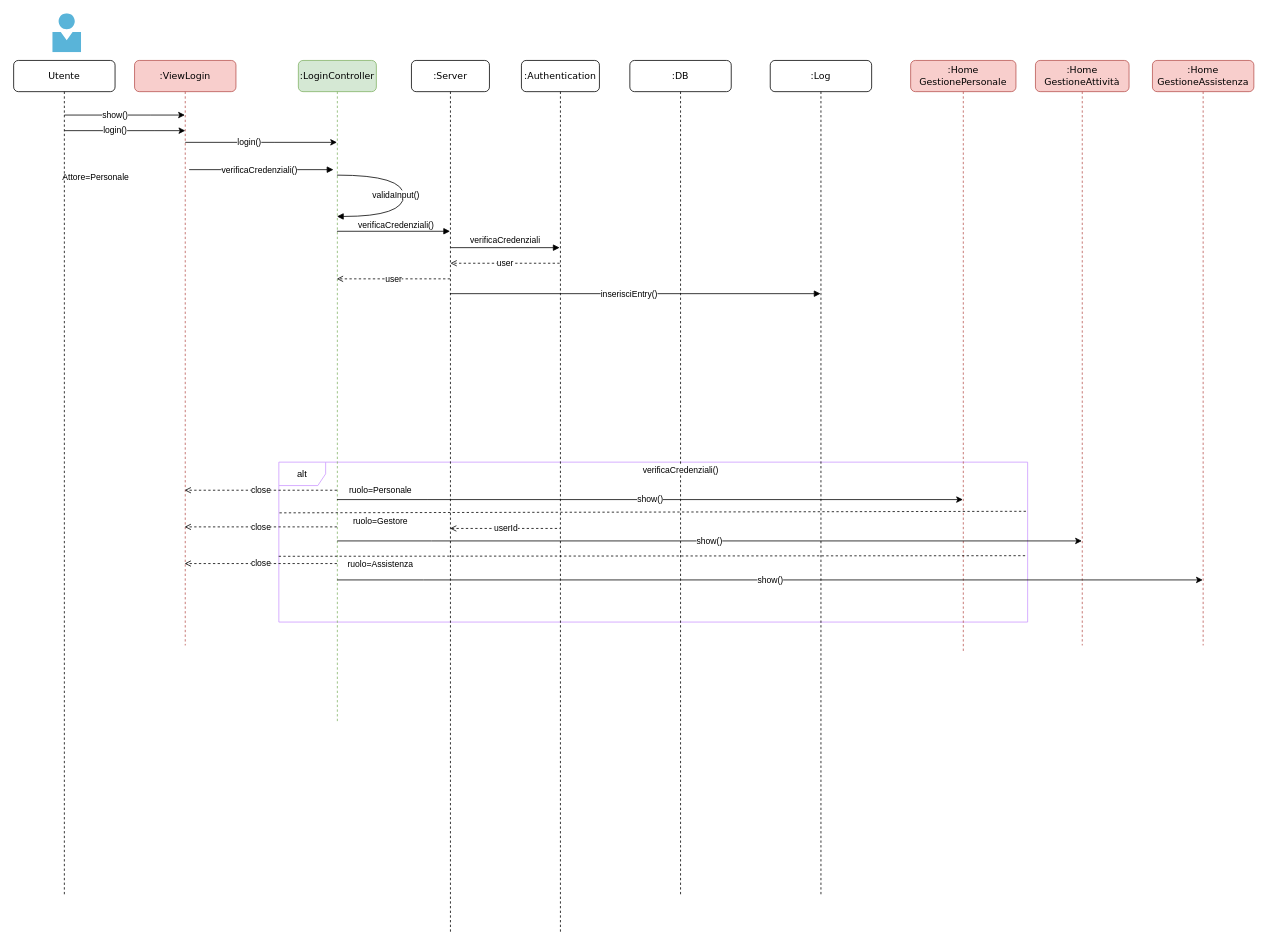
Marco-Burattoni/Progetto-ids keeps this draw.io diagram as page "Login" (2 of 6) of progettazione/dettaglio/dettaglioSequenza.drawio. Above is the earlier version. Source tidied: cells renumbered, new cells numbered last; positions are measured from the earlier drawing's top-left corner, leaving out a move shared by most shapes. Both pictures are drawn from the tidied source at 78%, with x=0, y=0 at pixel (13, 13).
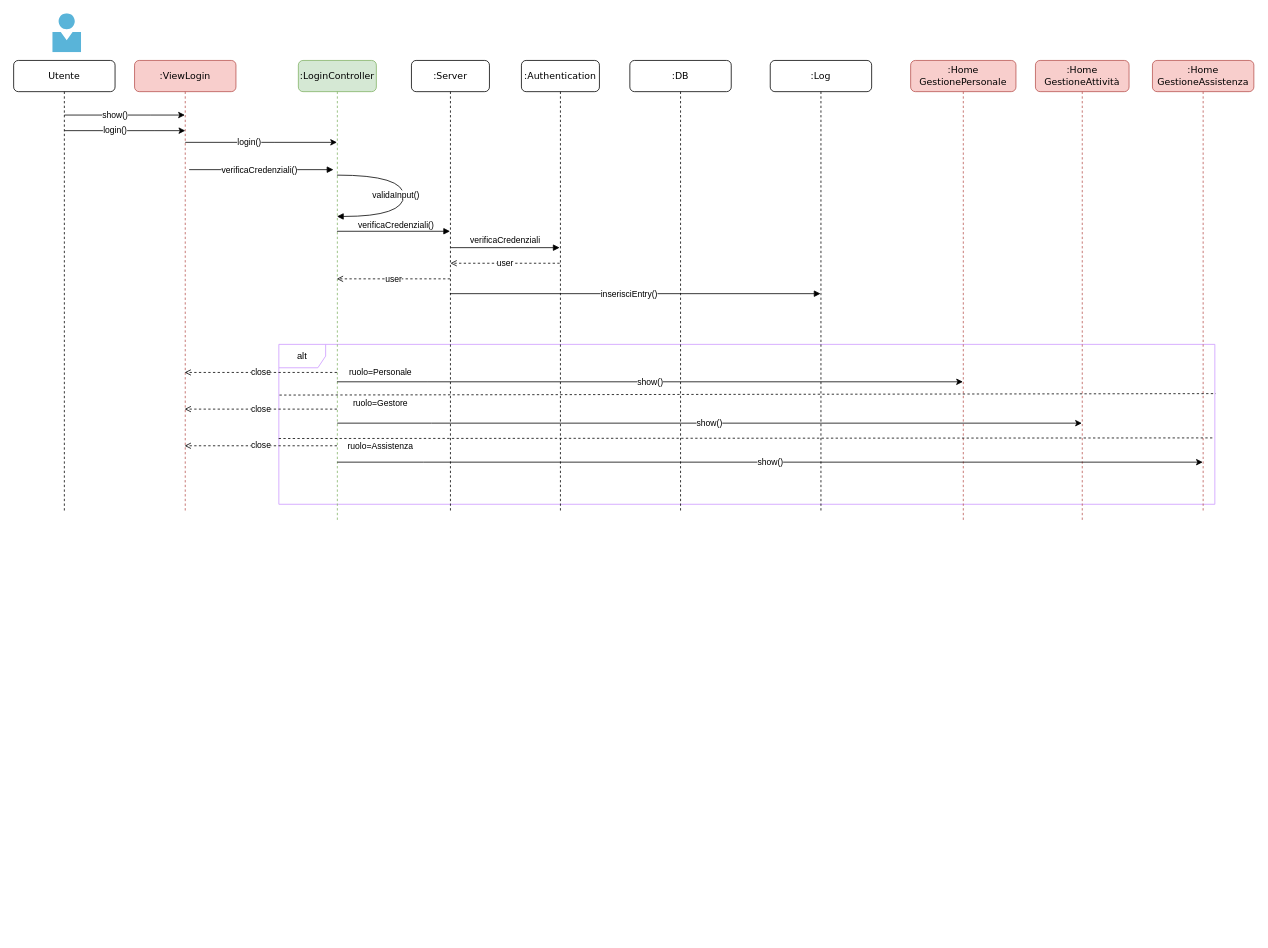
The same page after the edit.

What changed in the source:
```diff
@@
     <mxCell id="2" value="alt" style="shape=umlFrame;whiteSpace=wrap;html=1;strokeColor=#CC99FF;" parent="1" vertex="1">
-      <mxGeometry x="340" y="575" width="960" height="205" as="geometry" />
+      <mxGeometry x="340" y="424" width="1200" height="205" as="geometry" />
     </mxCell>
     <mxCell id="3" value=":LoginController" style="shape=umlLifeline;perimeter=lifelinePerimeter;whiteSpace=wrap;html=1;outlineConnect=0;rounded=1;shadow=0;comic=0;labelBackgroundColor=none;strokeWidth=1;fontFamily=Verdana;fontSize=12;align=center;fillColor=#d5e8d4;strokeColor=#82b366;" parent="1" vertex="1">
-      <mxGeometry x="365" y="60" width="100" height="850" as="geometry" />
+      <mxGeometry x="365" y="60" width="100" height="590" as="geometry" />
     </mxCell>
     <mxCell id="4" value=":Home&lt;br&gt;GestionePersonale" style="shape=umlLifeline;perimeter=lifelinePerimeter;whiteSpace=wrap;html=1;outlineConnect=0;rounded=1;shadow=0;comic=0;labelBackgroundColor=none;strokeWidth=1;fontFamily=Verdana;fontSize=12;align=center;fillColor=#f8cecc;strokeColor=#b85450;" parent="1" vertex="1">
-      <mxGeometry x="1150" y="60" width="135" height="760" as="geometry" />
+      <mxGeometry x="1150" y="60" width="135" height="590" as="geometry" />
     </mxCell>
     <mxCell id="5" value=":Home&lt;br&gt;GestioneAttività" style="shape=umlLifeline;perimeter=lifelinePerimeter;whiteSpace=wrap;html=1;outlineConnect=0;rounded=1;shadow=0;comic=0;labelBackgroundColor=none;strokeWidth=1;fontFamily=Verdana;fontSize=12;align=center;fillColor=#f8cecc;strokeColor=#b85450;" parent="1" vertex="1">
-      <mxGeometry x="1310" y="60" width="120" height="750" as="geometry" />
+      <mxGeometry x="1310" y="60" width="120" height="590" as="geometry" />
     </mxCell>
     <mxCell id="6" value=":Home&lt;br&gt;GestioneAssistenza" style="shape=umlLifeline;perimeter=lifelinePerimeter;whiteSpace=wrap;html=1;outlineConnect=0;rounded=1;shadow=0;comic=0;labelBackgroundColor=none;strokeWidth=1;fontFamily=Verdana;fontSize=12;align=center;fillColor=#f8cecc;strokeColor=#b85450;" parent="1" vertex="1">
-      <mxGeometry x="1460" y="60" width="130" height="750" as="geometry" />
+      <mxGeometry x="1460" y="60" width="130" height="580" as="geometry" />
     </mxCell>
     <mxCell id="7" value=":ViewLogin" style="shape=umlLifeline;perimeter=lifelinePerimeter;whiteSpace=wrap;html=1;outlineConnect=0;rounded=1;shadow=0;comic=0;labelBackgroundColor=none;strokeWidth=1;fontFamily=Verdana;fontSize=12;align=center;fillColor=#f8cecc;strokeColor=#b85450;size=40;" parent="1" vertex="1">
-      <mxGeometry x="155" y="60" width="130" height="750" as="geometry" />
+      <mxGeometry x="155" y="60" width="130" height="580" as="geometry" />
     </mxCell>
@@
-    <mxCell id="9" value="Attore=Personale" style="text;html=1;align=center;verticalAlign=middle;strokeColor=none;fillColor=none;fontSize=11;fontFamily=Helvetica;" parent="1" vertex="1">
-      <mxGeometry x="50" y="195" width="110" height="30" as="geometry" />
-    </mxCell>
@@
-    <mxCell id="11" value="show()" style="endArrow=classic;html=1;rounded=0;labelBackgroundColor=#FFFFFF;fontFamily=Helvetica;fontSize=11;" parent="1" edge="1" target="4">
+    <mxCell id="11" value="show()" style="endArrow=classic;html=1;rounded=0;labelBackgroundColor=#FFFFFF;fontFamily=Helvetica;fontSize=11;" parent="1" edge="1">
       <mxGeometry relative="1" as="geometry">
-        <mxPoint x="414.5" y="623" as="sourcePoint" />
+        <mxPoint x="414.5" y="472" as="sourcePoint" />
+        <mxPoint x="1217" y="472" as="targetPoint" />
         <Array as="points">
-          <mxPoint x="530" y="623" />
+          <mxPoint x="530" y="472" />
         </Array>
       </mxGeometry>
     </mxCell>
-    <mxCell id="12" value="show()" style="endArrow=classic;html=1;rounded=0;labelBackgroundColor=#FFFFFF;fontFamily=Helvetica;fontSize=11;" parent="1" edge="1" target="5">
+    <mxCell id="12" value="show()" style="endArrow=classic;html=1;rounded=0;labelBackgroundColor=#FFFFFF;fontFamily=Helvetica;fontSize=11;" parent="1" edge="1">
       <mxGeometry relative="1" as="geometry">
-        <mxPoint x="414.8" y="676" as="sourcePoint" />
+        <mxPoint x="414.8" y="525" as="sourcePoint" />
+        <mxPoint x="1369.5" y="525" as="targetPoint" />
         <Array as="points">
-          <mxPoint x="535.7" y="676" />
+          <mxPoint x="535.7" y="525" />
         </Array>
       </mxGeometry>
     </mxCell>
-    <mxCell id="13" value="show()" style="endArrow=classic;html=1;rounded=0;labelBackgroundColor=#FFFFFF;fontFamily=Helvetica;fontSize=11;" parent="1" edge="1" target="6">
+    <mxCell id="13" value="show()" style="endArrow=classic;html=1;rounded=0;labelBackgroundColor=#FFFFFF;fontFamily=Helvetica;fontSize=11;" parent="1" edge="1">
       <mxGeometry relative="1" as="geometry">
-        <mxPoint x="414.8" y="726" as="sourcePoint" />
+        <mxPoint x="414.8" y="575" as="sourcePoint" />
+        <mxPoint x="1524.5" y="575" as="targetPoint" />
         <Array as="points">
-          <mxPoint x="525.7" y="726" />
+          <mxPoint x="525.7" y="575" />
         </Array>
       </mxGeometry>
     </mxCell>
     <mxCell id="14" value="ruolo=Personale" style="text;html=1;align=center;verticalAlign=middle;strokeColor=none;fillColor=none;fontSize=11;fontFamily=Helvetica;" parent="1" vertex="1">
-      <mxGeometry x="420" y="596" width="100" height="30" as="geometry" />
+      <mxGeometry x="420" y="445" width="100" height="30" as="geometry" />
     </mxCell>
     <mxCell id="15" value="ruolo=Gestore" style="text;html=1;align=center;verticalAlign=middle;strokeColor=none;fillColor=none;fontSize=11;fontFamily=Helvetica;" parent="1" vertex="1">
-      <mxGeometry x="425" y="636" width="90" height="30" as="geometry" />
+      <mxGeometry x="425" y="485" width="90" height="30" as="geometry" />
     </mxCell>
     <mxCell id="16" value="ruolo=Assistenza" style="text;html=1;align=center;verticalAlign=middle;strokeColor=none;fillColor=none;fontSize=11;fontFamily=Helvetica;" parent="1" vertex="1">
-      <mxGeometry x="415" y="691" width="110" height="30" as="geometry" />
+      <mxGeometry x="415" y="540" width="110" height="30" as="geometry" />
     </mxCell>
-    <mxCell id="17" style="endArrow=none;dashed=1;html=1;rounded=0;exitX=0.003;exitY=0.328;exitDx=0;exitDy=0;exitPerimeter=0;" parent="1" edge="1">
+    <mxCell id="17" style="endArrow=none;dashed=1;html=1;rounded=0;exitX=0.003;exitY=0.328;exitDx=0;exitDy=0;exitPerimeter=0;entryX=1.001;entryY=0.308;entryDx=0;entryDy=0;entryPerimeter=0;" parent="1" edge="1" target="2">
       <mxGeometry relative="1" as="geometry">
-        <mxPoint x="340.8" y="640" as="sourcePoint" />
-        <mxPoint x="1300" y="638" as="targetPoint" />
+        <mxPoint x="340.8" y="489" as="sourcePoint" />
       </mxGeometry>
     </mxCell>
     <mxCell id="18" style="endArrow=none;dashed=1;html=1;rounded=0;exitX=-0.002;exitY=0.665;exitDx=0;exitDy=0;exitPerimeter=0;entryX=0.999;entryY=0.585;entryDx=0;entryDy=0;entryPerimeter=0;" parent="1" edge="1" target="2">
       <mxGeometry relative="1" as="geometry">
-        <mxPoint x="339.8" y="695.7" as="sourcePoint" />
+        <mxPoint x="339.8" y="544.7" as="sourcePoint" />
       </mxGeometry>
     </mxCell>
     <mxCell id="19" value="Utente" style="shape=umlLifeline;perimeter=lifelinePerimeter;whiteSpace=wrap;html=1;rounded=1;shadow=0;comic=0;labelBackgroundColor=none;strokeWidth=1;fontFamily=Verdana;fontSize=12;align=center;size=40;" parent="1" vertex="1">
-      <mxGeometry y="60" width="130" height="1070" as="geometry" />
+      <mxGeometry y="60" width="130" height="580" as="geometry" />
     </mxCell>
@@
     <mxCell id="24" value=":DB" style="shape=umlLifeline;perimeter=lifelinePerimeter;whiteSpace=wrap;html=1;outlineConnect=0;rounded=1;shadow=0;comic=0;labelBackgroundColor=none;strokeWidth=1;fontFamily=Verdana;fontSize=12;align=center;size=40;" parent="1" vertex="1">
-      <mxGeometry x="790" y="60" width="130" height="1070" as="geometry" />
+      <mxGeometry x="790" y="60" width="130" height="580" as="geometry" />
     </mxCell>
     <mxCell id="25" value=":Log" style="shape=umlLifeline;perimeter=lifelinePerimeter;whiteSpace=wrap;html=1;rounded=1;shadow=0;comic=0;labelBackgroundColor=none;strokeWidth=1;fontFamily=Verdana;fontSize=12;align=center;size=40;" parent="1" vertex="1">
-      <mxGeometry x="970" y="60" width="130" height="1070" as="geometry" />
+      <mxGeometry x="970" y="60" width="130" height="580" as="geometry" />
     </mxCell>
-    <mxCell id="26" value="&lt;font style=&quot;font-size: 11px; background-color: rgb(255, 255, 255);&quot; face=&quot;Helvetica&quot;&gt;verificaCredenziali()&lt;/font&gt;" style="html=1;verticalAlign=bottom;endArrow=block;labelBackgroundColor=none;fontFamily=Verdana;fontSize=12;edgeStyle=orthogonalEdgeStyle;elbow=vertical;rounded=0;curved=1;" parent="1" edge="1" source="24" target="24">
-      <mxGeometry x="-0.05" y="-18" relative="1" as="geometry">
-        <Array as="points">
-          <mxPoint x="890" y="300" />
-          <mxPoint x="890" y="353" />
-        </Array>
-      </mxGeometry>
-    </mxCell>
@@
     <mxCell id="28" value="close" style="endArrow=open;html=1;rounded=0;dashed=1;endFill=0;" parent="1" edge="1">
       <mxGeometry relative="1" as="geometry">
-        <mxPoint x="414.5" y="611" as="sourcePoint" />
-        <mxPoint x="219.2" y="611" as="targetPoint" />
+        <mxPoint x="414.5" y="460" as="sourcePoint" />
+        <mxPoint x="219.2" y="460" as="targetPoint" />
       </mxGeometry>
     </mxCell>
     <mxCell id="29" value="close" style="endArrow=open;html=1;rounded=0;dashed=1;endFill=0;" parent="1" edge="1">
       <mxGeometry relative="1" as="geometry">
-        <mxPoint x="414.5" y="658" as="sourcePoint" />
-        <mxPoint x="219.2" y="658" as="targetPoint" />
+        <mxPoint x="414.5" y="507" as="sourcePoint" />
+        <mxPoint x="219.2" y="507" as="targetPoint" />
       </mxGeometry>
     </mxCell>
     <mxCell id="30" value="close" style="endArrow=open;html=1;rounded=0;dashed=1;endFill=0;" parent="1" edge="1">
       <mxGeometry relative="1" as="geometry">
-        <mxPoint x="414.5" y="705" as="sourcePoint" />
-        <mxPoint x="219.2" y="705" as="targetPoint" />
+        <mxPoint x="414.5" y="554" as="sourcePoint" />
+        <mxPoint x="219.2" y="554" as="targetPoint" />
       </mxGeometry>
     </mxCell>
     <mxCell id="31" value=":Authentication" style="shape=umlLifeline;perimeter=lifelinePerimeter;whiteSpace=wrap;html=1;rounded=1;shadow=0;comic=0;labelBackgroundColor=none;strokeWidth=1;fontFamily=Verdana;fontSize=12;align=center;" parent="1" vertex="1">
-      <mxGeometry x="651" y="60" width="100" height="1120" as="geometry" />
+      <mxGeometry x="651" y="60" width="100" height="580" as="geometry" />
     </mxCell>
-    <mxCell id="32" value="userId" style="endArrow=none;html=1;rounded=0;startArrow=open;startFill=0;endFill=0;dashed=1;" parent="31" edge="1" source="35">
-      <mxGeometry relative="1" as="geometry">
-        <mxPoint x="49.5" y="600" as="targetPoint" />
-      </mxGeometry>
-    </mxCell>
@@
     <mxCell id="34" value="user" style="endArrow=open;html=1;rounded=0;dashed=1;endFill=0;" parent="31" edge="1">
       <mxGeometry relative="1" as="geometry">
         <mxPoint x="49" y="260" as="sourcePoint" />
         <mxPoint x="-91" y="260" as="targetPoint" />
+        <Array as="points">
+          <mxPoint x="-21" y="260" />
+        </Array>
       </mxGeometry>
     </mxCell>
     <mxCell id="35" value=":Server" style="shape=umlLifeline;perimeter=lifelinePerimeter;whiteSpace=wrap;html=1;outlineConnect=0;rounded=1;shadow=0;comic=0;labelBackgroundColor=none;strokeWidth=1;fontFamily=Verdana;fontSize=12;align=center;" parent="1" vertex="1">
-      <mxGeometry x="510" y="60" width="100" height="1120" as="geometry" />
+      <mxGeometry x="510" y="60" width="100" height="580" as="geometry" />
     </mxCell>
```
